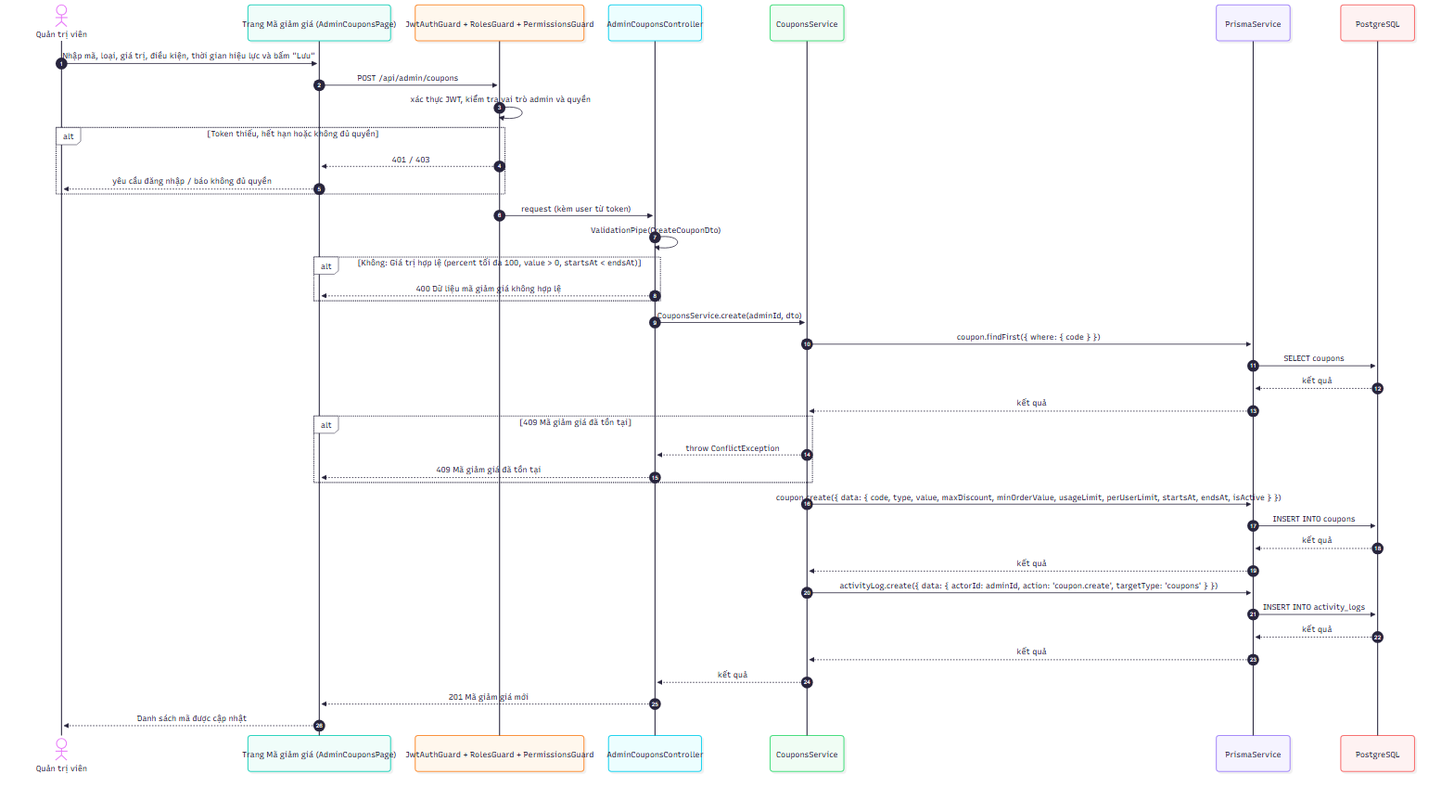
Earlier version of the Mermaid export docs/diagrams/png/sequence_UC-ADM-19_quan-ly-ma-giam-gia.png (2431540234-arch/XDUDTMDT). Its source is kept beside it as docs/diagrams/src/sequence_UC-ADM-19_quan-ly-ma-giam-gia.mmd. The source it was exported from:
```mermaid
sequenceDiagram
    autonumber
    actor A as Quản trị viên
    participant FE as Trang Mã giảm giá (AdminCouponsPage)
    participant G as JwtAuthGuard + RolesGuard + PermissionsGuard
    participant C as AdminCouponsController
    participant S as CouponsService
    participant P as PrismaService
    participant D as PostgreSQL
    A->>FE: Nhập mã, loại, giá trị, điều kiện, thời gian hiệu lực và bấm "Lưu"
    FE->>G: POST /api/admin/coupons
    G->>G: xác thực JWT, kiểm tra vai trò admin và quyền
    alt Token thiếu, hết hạn hoặc không đủ quyền
        G-->>FE: 401 / 403
        FE-->>A: yêu cầu đăng nhập / báo không đủ quyền
    end
    G->>C: request (kèm user từ token)
    C->>C: ValidationPipe(CreateCouponDto)
    alt Không: Giá trị hợp lệ (percent tối đa 100, value > 0, startsAt < endsAt)
        C-->>FE: 400 Dữ liệu mã giảm giá không hợp lệ
    end
    C->>S: CouponsService.create(adminId, dto)
    S->>P: coupon.findFirst({ where: { code } })
    P->>D: SELECT coupons
    D-->>P: kết quả
    P-->>S: kết quả
    alt 409 Mã giảm giá đã tồn tại
        S-->>C: throw ConflictException
        C-->>FE: 409 Mã giảm giá đã tồn tại
    end
    S->>P: coupon.create({ data: { code, type, value, maxDiscount, minOrderValue, usageLimit, perUserLimit, startsAt, endsAt, isActive } })
    P->>D: INSERT INTO coupons
    D-->>P: kết quả
    P-->>S: kết quả
    S->>P: activityLog.create({ data: { actorId: adminId, action: 'coupon.create', targetType: 'coupons' } })
    P->>D: INSERT INTO activity_logs
    D-->>P: kết quả
    P-->>S: kết quả
    S-->>C: kết quả
    C-->>FE: 201 Mã giảm giá mới
    FE-->>A: Danh sách mã được cập nhật
```
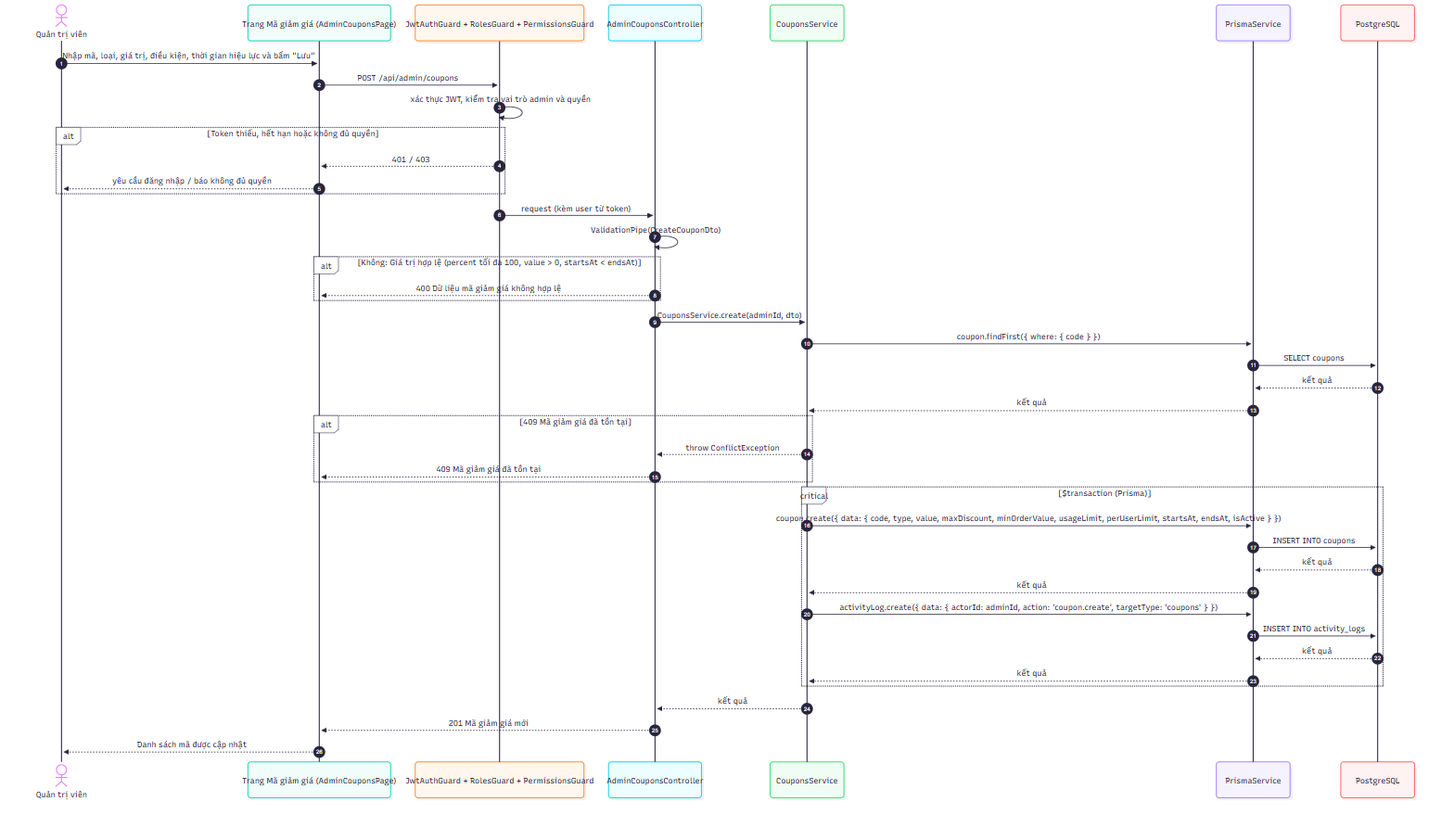
The same diagram one commit later.

Change to the diagram source:
```diff
@@ -28,14 +28,16 @@
         S-->>C: throw ConflictException
         C-->>FE: 409 Mã giảm giá đã tồn tại
     end
-    S->>P: coupon.create({ data: { code, type, value, maxDiscount, minOrderValue, usageLimit, perUserLimit, startsAt, endsAt, isActive } })
-    P->>D: INSERT INTO coupons
-    D-->>P: kết quả
-    P-->>S: kết quả
-    S->>P: activityLog.create({ data: { actorId: adminId, action: 'coupon.create', targetType: 'coupons' } })
-    P->>D: INSERT INTO activity_logs
-    D-->>P: kết quả
-    P-->>S: kết quả
+    critical $transaction (Prisma)
+        S->>P: coupon.create({ data: { code, type, value, maxDiscount, minOrderValue, usageLimit, perUserLimit, startsAt, endsAt, isActive } })
+        P->>D: INSERT INTO coupons
+        D-->>P: kết quả
+        P-->>S: kết quả
+        S->>P: activityLog.create({ data: { actorId: adminId, action: 'coupon.create', targetType: 'coupons' } })
+        P->>D: INSERT INTO activity_logs
+        D-->>P: kết quả
+        P-->>S: kết quả
+    end
     S-->>C: kết quả
     C-->>FE: 201 Mã giảm giá mới
     FE-->>A: Danh sách mã được cập nhật
```
